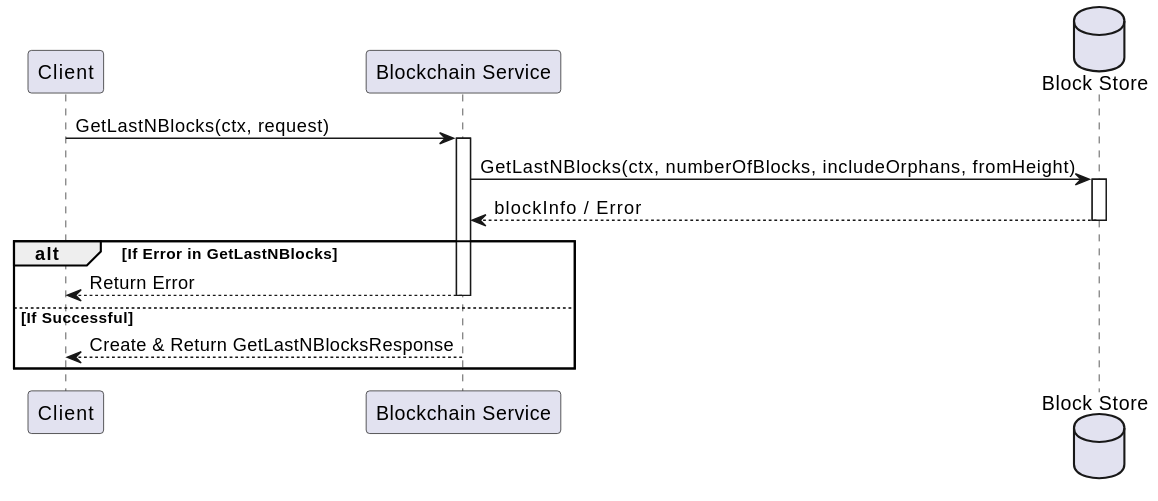
freemans13/teranode keeps this PlantUML diagram as docs/services/img/plantuml/blockchain/blockchain_get_last_n_blocks.svg. Above is the earlier version. Its source is kept beside it as docs/services/img/plantuml/blockchain/blockchain_get_last_n_blocks.puml. Source of this version:
```plantuml
@startuml
participant "Client" as Client
participant "Blockchain Service" as Service
database "Block Store" as Store

Client -> Service: GetLastNBlocks(ctx, request)
activate Service

Service -> Store: GetLastNBlocks(ctx, numberOfBlocks, includeOrphans, fromHeight)
activate Store
Store --> Service: blockInfo / Error
deactivate Store

alt If Error in GetLastNBlocks
    Service --> Client: Return Error
    deactivate Service
else If Successful
    Service --> Client: Create & Return GetLastNBlocksResponse
end

deactivate Service
@enduml
```
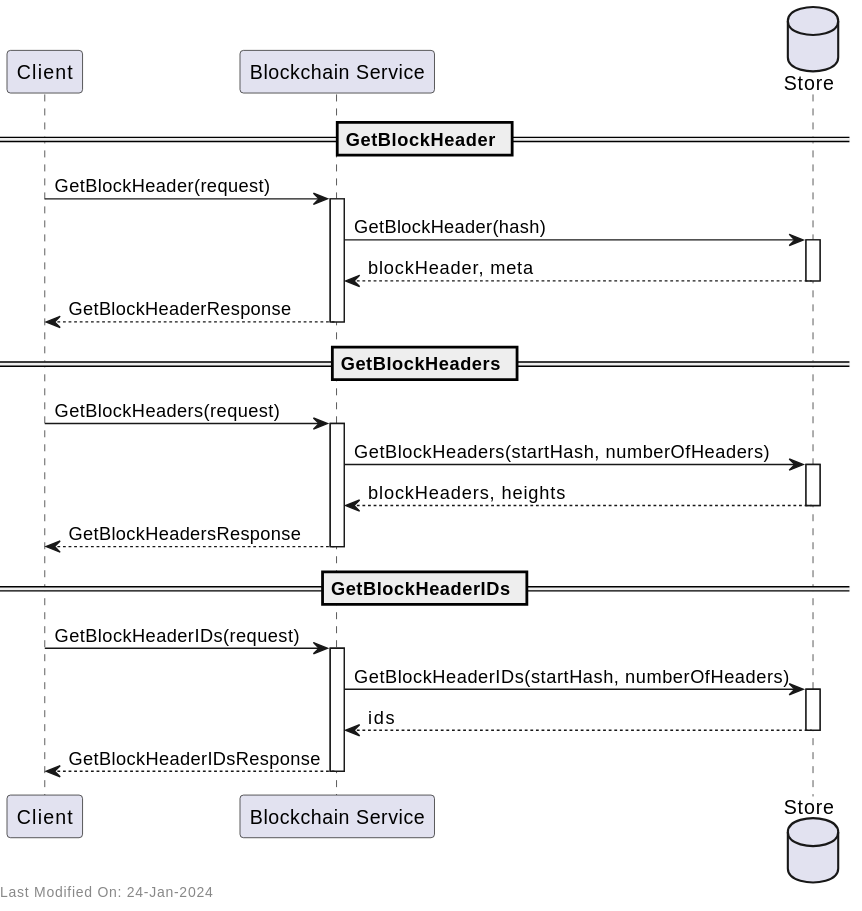
After the commit.

What changed in the source:
```diff
@@ -19,4 +19,7 @@
 end
 
 deactivate Service
+
+left footer Last Modified On: 24-Jan-2024
+
 @enduml
```
